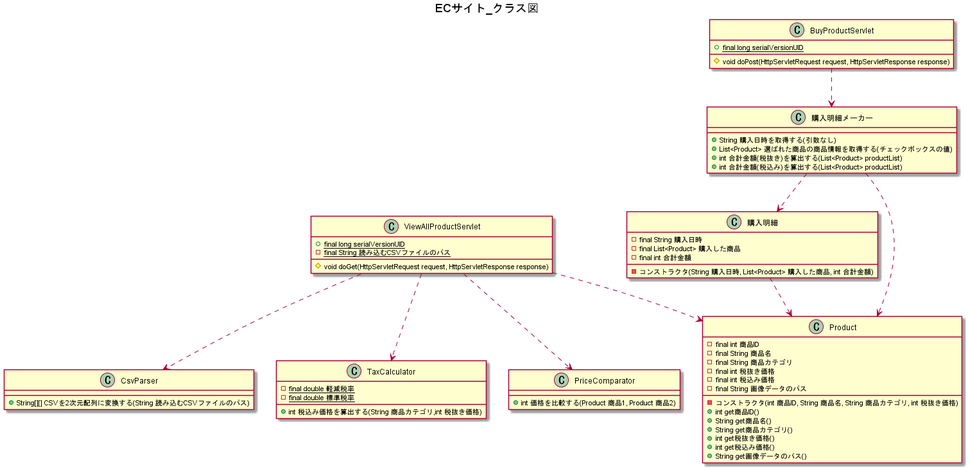
Before: UML/ECサイト_クラス図.png, a diagram exported from PlantUML (wnakayama/ojt_ecsite).
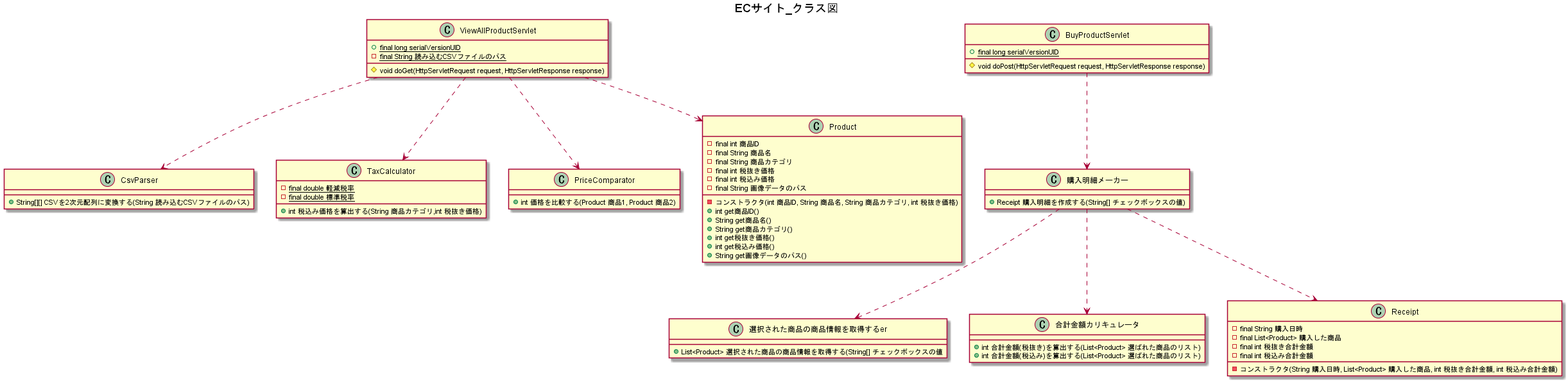
Above is the later version.

The edit, as a diff of the source:
```diff
@@ -14,18 +14,27 @@
 
 BuyProductServlet ..> 購入明細メーカー
 class 購入明細メーカー {
-    +String 購入日時を取得する(引数なし)
-    +List<Product> 選ばれた商品の商品情報を取得する(チェックボックスの値)
-    +int 合計金額(税抜き)を算出する(List<Product> productList)
-    +int 合計金額(税込み)を算出する(List<Product> productList)
+    +Receipt 購入明細を作成する(String[] チェックボックスの値)
 }
 
-購入明細メーカー ..> 購入明細
-class 購入明細 {
+購入明細メーカー ..> 選択された商品の商品情報を取得するer
+class 選択された商品の商品情報を取得するer {
+    +List<Product> 選択された商品の商品情報を取得する(String[] チェックボックスの値
+}
+
+購入明細メーカー ..> 合計金額カリキュレータ
+class 合計金額カリキュレータ {
+    +int 合計金額(税抜き)を算出する(List<Product> 選ばれた商品のリスト)
+    +int 合計金額(税込み)を算出する(List<Product> 選ばれた商品のリスト)
+}
+
+購入明細メーカー ..> Receipt
+class Receipt {
     -final String 購入日時
     -final List<Product> 購入した商品
-    -final int 合計金額
-    -コンストラクタ(String 購入日時, List<Product> 購入した商品, int 合計金額)
+    -final int 税抜き合計金額
+    -final int 税込み合計金額
+    -コンストラクタ(String 購入日時, List<Product> 購入した商品, int 税抜き合計金額, int 税込み合計金額)
 }
 
 ViewAllProductServlet ..> CsvParser
@@ -47,8 +56,6 @@
 }
 
 ViewAllProductServlet ..> Product
-購入明細メーカー ..> Product
-購入明細 ..> Product
 class Product {
     -final int 商品ID
     -final String 商品名
```
